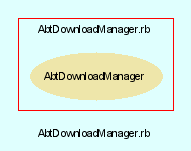
Above: src/trunk/doc/dot/f_2.png in eschabell/abtlinux (Graphviz), before the change. Its source is kept beside it as src/trunk/doc/dot/f_2.dot.
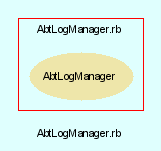
Later version of the same file.

The edit, as a diff of the source:
```diff
@@ -3,24 +3,24 @@
     bgcolor = lightcyan1
     fontname = Arial
     fontsize = 8
-    label = "AbtDownloadManager.rb"
+    label = "AbtLogManager.rb"
     node [
         fontname = Arial,
         fontsize = 8,
         color = black
     ]
 
-    subgraph cluster_2 {
+    subgraph cluster_3 {
         fontname = Arial
         color = red
-        label = "AbtDownloadManager.rb"
-        AbtDownloadManager [
+        label = "AbtLogManager.rb"
+        AbtLogManager [
             fontcolor = black,
-            URL = "classes/AbtDownloadManager.html",
+            URL = "classes/AbtLogManager.html",
             shape = ellipse,
             color = palegoldenrod,
             style = filled,
-            label = "AbtDownloadManager"
+            label = "AbtLogManager"
         ]
 
     }
```
